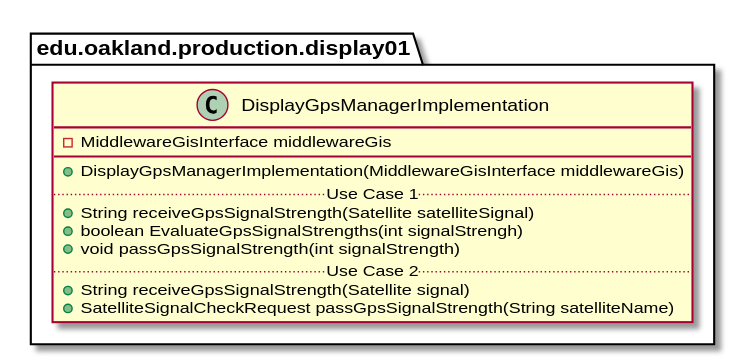
Before: docs/uml-class-diagrams/display01/production/DisplayGpsManagerImplementation/DisplayGpsManagerImplementation.svg, a diagram exported from PlantUML (andrewdimmer/csi-3370-software-project).
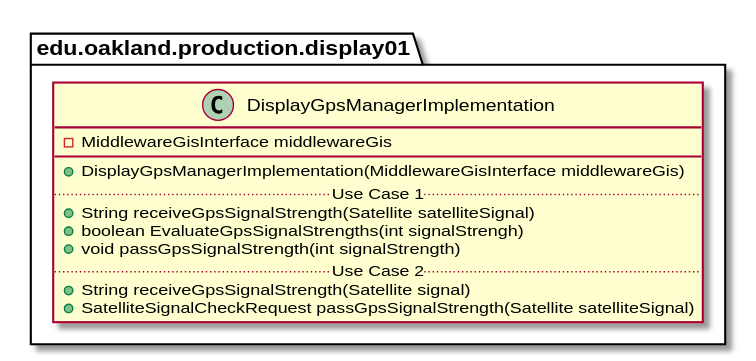
Later version of the same file.

Change to the diagram source:
```diff
@@ -11,7 +11,7 @@
     + void passGpsSignalStrength(int signalStrength)
     .. Use Case 2 ..
     + String receiveGpsSignalStrength(Satellite signal)
-    + SatelliteSignalCheckRequest passGpsSignalStrength(String satelliteName)
+    + SatelliteSignalCheckRequest passGpsSignalStrength(Satellite satelliteSignal)
     }
 }
 
```
